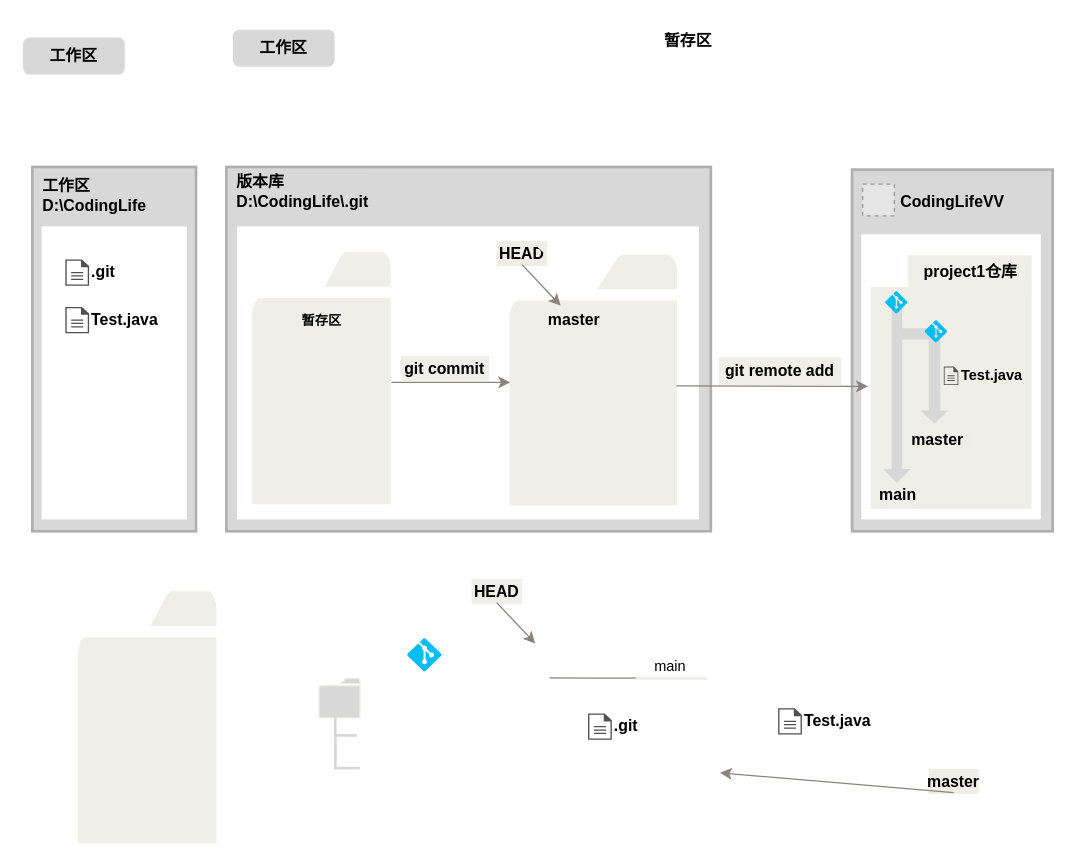
This is Untitled Diagram.drawio from CodingLifeV/images, a draw.io file, before an edit. Source tidied: cells renumbered, new cells numbered last; positions are measured from the earlier drawing's top-left corner, leaving out a move shared by most shapes. Both pictures are drawn from the tidied source at 132%, with x=0, y=0 at pixel (24, 24). Pictures stored in the file or linked from it are replaced by grey dashed boxes.
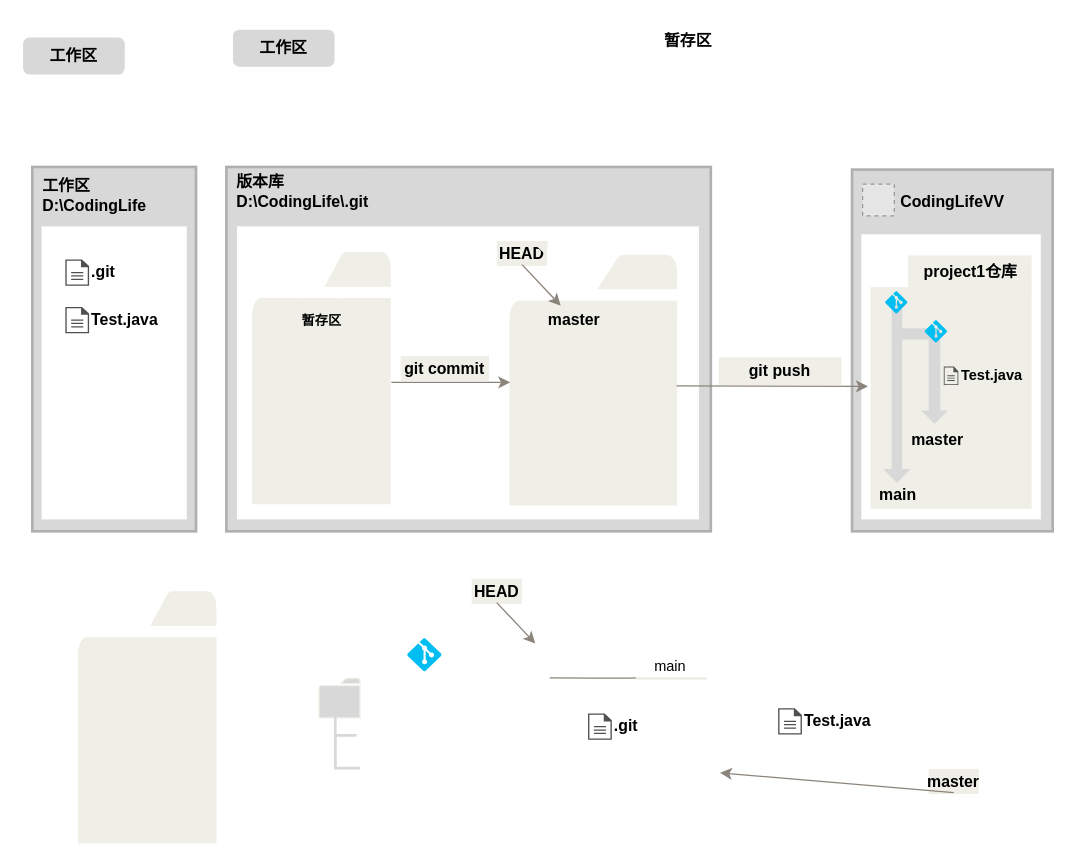
Above is the later version.

The edit, as a diff of the source:
```diff
@@
-    <mxCell id="29" value="&lt;font color=&quot;#000000&quot;&gt;&lt;b&gt;git remote&amp;nbsp;add&lt;/b&gt;&lt;/font&gt;" style="rounded=1;whiteSpace=wrap;html=1;shadow=0;glass=0;sketch=0;fontFamily=Helvetica;fontSize=12;fontColor=#99FF99;strokeColor=#efefe7;strokeWidth=2;fillColor=#efefe7;gradientColor=none;gradientDirection=north;align=center;arcSize=0;" parent="1" vertex="1">
+    <mxCell id="29" value="&lt;font color=&quot;#000000&quot;&gt;&lt;b&gt;git push&lt;/b&gt;&lt;/font&gt;" style="rounded=1;whiteSpace=wrap;html=1;shadow=0;glass=0;sketch=0;fontFamily=Helvetica;fontSize=12;fontColor=#99FF99;strokeColor=#efefe7;strokeWidth=2;fillColor=#efefe7;gradientColor=none;gradientDirection=north;align=center;arcSize=0;" parent="1" vertex="1">
       <mxGeometry x="527" y="253.2" width="91" height="19" as="geometry" />
     </mxCell>
```
